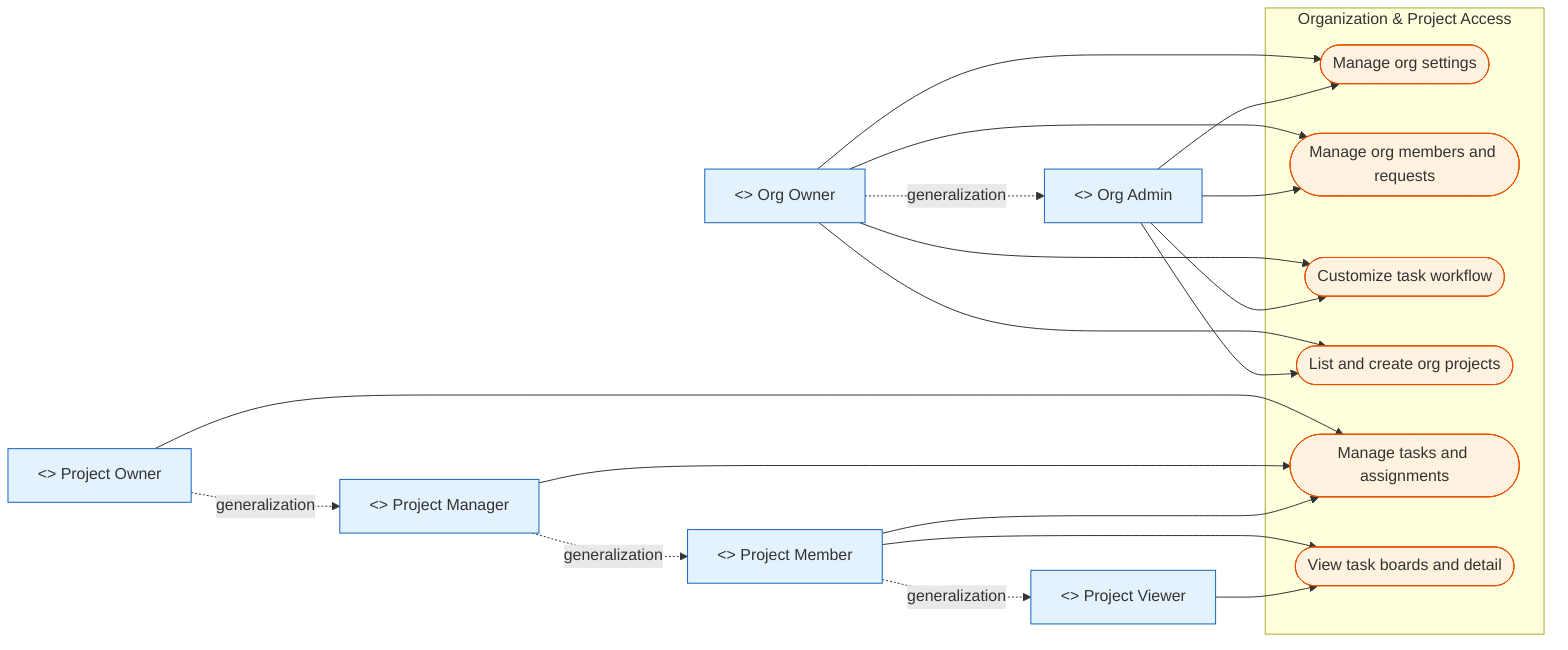
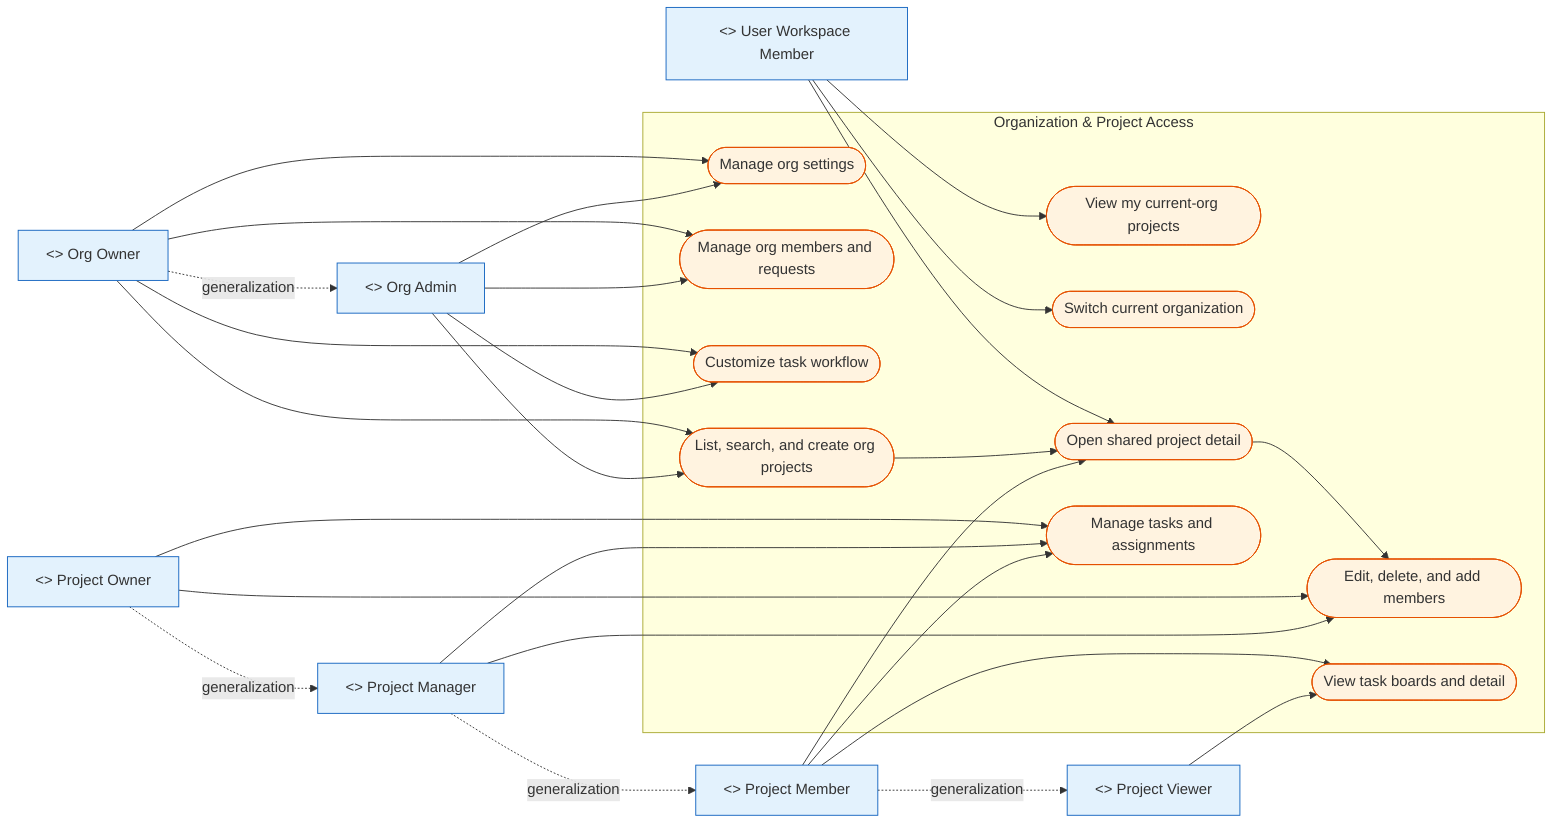
%% uc_04b_org_project_access.mmd — Organization & Project Access
- %% Updated 2026-05-18.
+ %% Updated 2026-06-16.
%% Mermaid approximation of a UML use case diagram.

flowchart LR
    orgOwner["<<actor>> Org Owner"]
    orgAdmin["<<actor>> Org Admin"]
    projectOwner["<<actor>> Project Owner"]
    projectManager["<<actor>> Project Manager"]
    projectMember["<<actor>> Project Member"]
    projectViewer["<<actor>> Project Viewer"]
+     userWorkspaceMember["<<actor>> User Workspace Member"]

    subgraph system["Organization & Project Access"]
        orgSettings([Manage org settings])
        orgMembers([Manage org members and requests])
        orgWorkflow([Customize task workflow])
-         orgProjects([List and create org projects])
+         userProjects([View my current-org projects])
+         switchOrg([Switch current organization])
+         orgProjects([List, search, and create org projects])
+         sharedProjectDetail([Open shared project detail])
+         projectMutations([Edit, delete, and add members])
        taskWorkspace([Manage tasks and assignments])
        taskReadOnly([View task boards and detail])
    end

    orgOwner --> orgSettings
    orgOwner --> orgMembers
    orgOwner --> orgWorkflow
    orgOwner --> orgProjects

    orgAdmin --> orgSettings
    orgAdmin --> orgMembers
    orgAdmin --> orgWorkflow
    orgAdmin --> orgProjects

+     userWorkspaceMember --> userProjects
+     userWorkspaceMember --> switchOrg
+     userWorkspaceMember --> sharedProjectDetail
+ 
+     orgProjects --> sharedProjectDetail
+     sharedProjectDetail --> projectMutations
+ 
+     projectOwner --> projectMutations
    projectOwner --> taskWorkspace
+     projectManager --> projectMutations
    projectManager --> taskWorkspace
    projectMember --> taskWorkspace
+     projectMember --> sharedProjectDetail
    projectMember --> taskReadOnly
    projectViewer --> taskReadOnly

    orgOwner -.->|generalization| orgAdmin
    projectOwner -.->|generalization| projectManager
    projectManager -.->|generalization| projectMember
    projectMember -.->|generalization| projectViewer

    classDef actor fill:#E3F2FD,stroke:#1565C0,color:#333
    classDef usecase fill:#FFF3E0,stroke:#E65100,color:#333
-     class orgOwner,orgAdmin,projectOwner,projectManager,projectMember,projectViewer actor
-     class orgSettings,orgMembers,orgWorkflow,orgProjects,taskWorkspace,taskReadOnly usecase
+     class orgOwner,orgAdmin,projectOwner,projectManager,projectMember,projectViewer,userWorkspaceMember actor
+     class orgSettings,orgMembers,orgWorkflow,userProjects,switchOrg,orgProjects,sharedProjectDetail,projectMutations,taskWorkspace,taskReadOnly usecase
